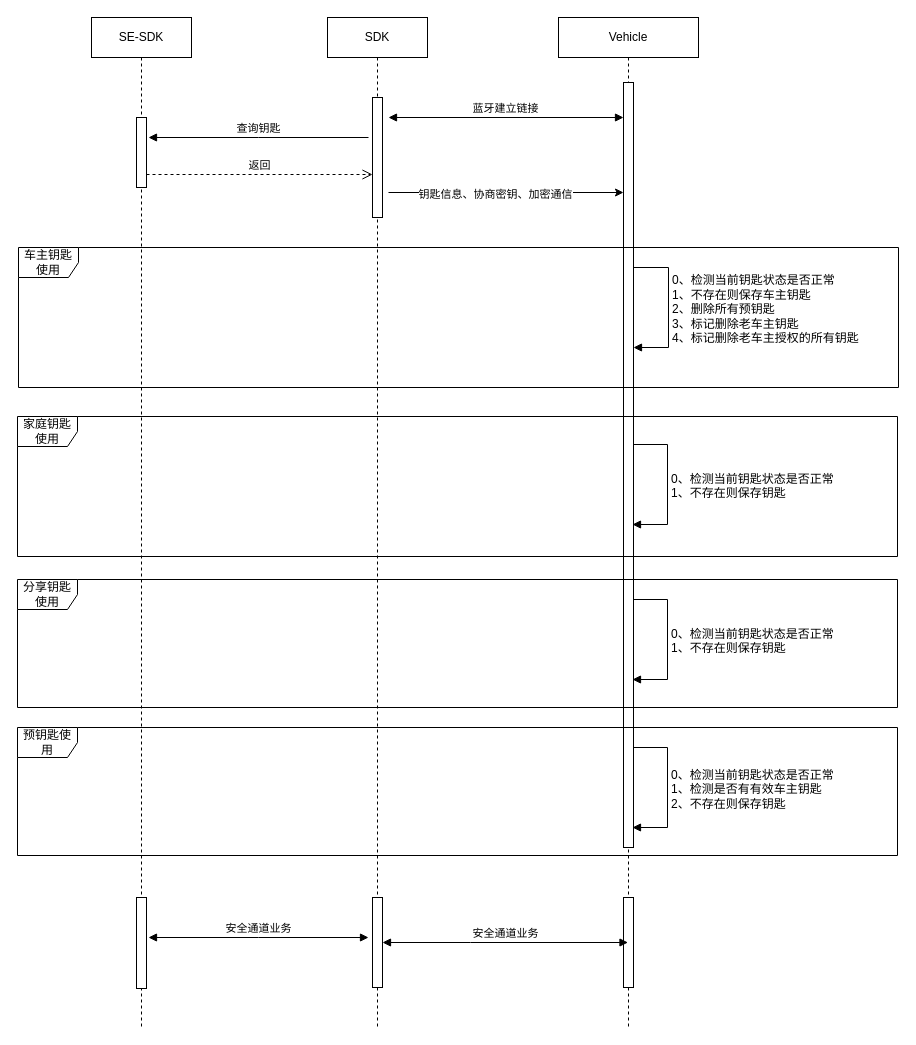
Above: 钥匙使用.drawio in jianguocong/chart (draw.io), before the change. Source tidied: cells renumbered, new cells numbered last; positions are measured from the earlier drawing's top-left corner, leaving out a move shared by most shapes. Both pictures are drawn from the tidied source at 100%, with x=0, y=0 at pixel (17, 17).
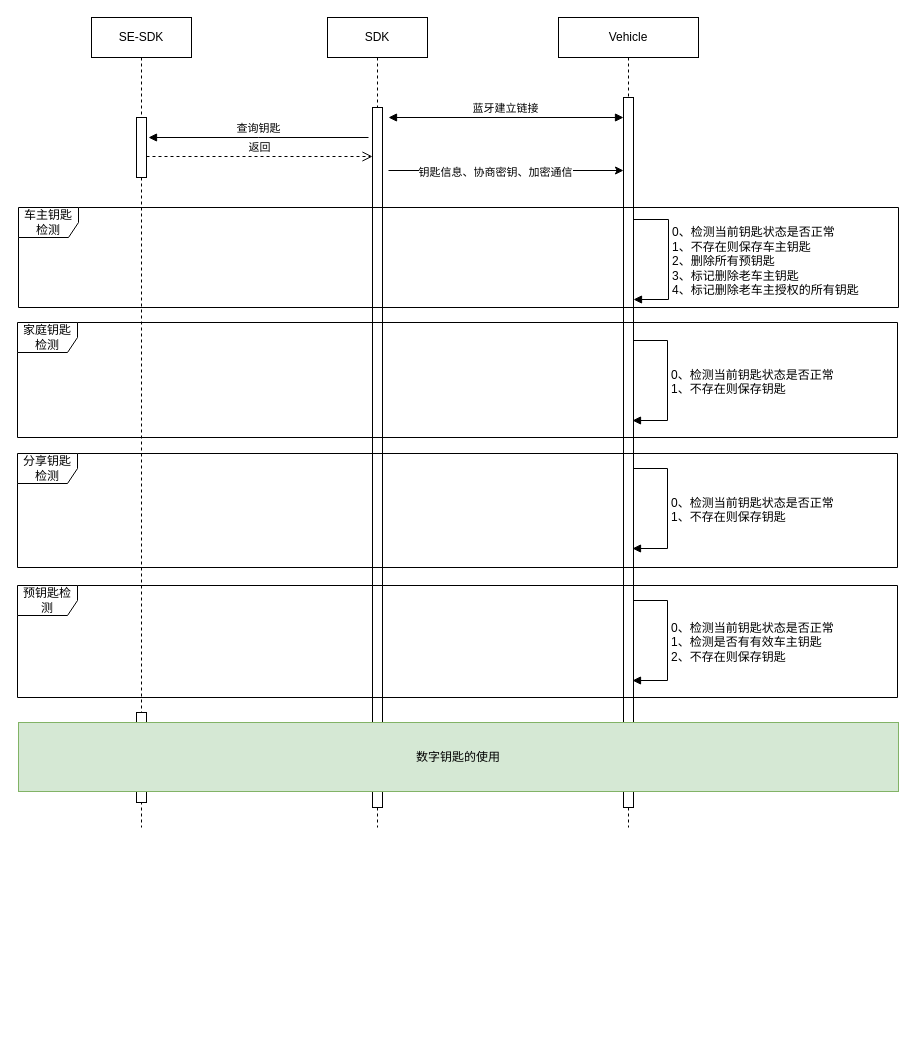
The same page after the edit.

Commit message (it also covers changes not shown here):
更新钥匙使用.drawio

The edit, as a diff of the source:
```diff
@@
     <mxCell id="2" value="SE-SDK" style="shape=umlLifeline;perimeter=lifelinePerimeter;whiteSpace=wrap;html=1;newEdgeStyle={&quot;edgeStyle&quot;:&quot;elbowEdgeStyle&quot;,&quot;elbow&quot;:&quot;vertical&quot;,&quot;curved&quot;:0,&quot;rounded&quot;:0};" parent="1" vertex="1">
-      <mxGeometry x="74" width="100" height="1010" as="geometry" />
+      <mxGeometry x="74" width="100" height="810" as="geometry" />
     </mxCell>
     <mxCell id="3" style="html=1;perimeter=orthogonalPerimeter;targetShapes=umlLifeline;newEdgeStyle={&quot;edgeStyle&quot;:&quot;elbowEdgeStyle&quot;,&quot;elbow&quot;:&quot;vertical&quot;,&quot;curved&quot;:0,&quot;rounded&quot;:0};" parent="2" vertex="1">
-      <mxGeometry x="45" y="100" width="10" height="70" as="geometry" />
+      <mxGeometry x="45" y="100" width="10" height="60" as="geometry" />
     </mxCell>
     <mxCell id="4" style="html=1;perimeter=orthogonalPerimeter;targetShapes=umlLifeline;newEdgeStyle={&quot;edgeStyle&quot;:&quot;elbowEdgeStyle&quot;,&quot;elbow&quot;:&quot;vertical&quot;,&quot;curved&quot;:0,&quot;rounded&quot;:0};" parent="2" vertex="1">
-      <mxGeometry x="45" y="880" width="10" height="91" as="geometry" />
+      <mxGeometry x="45" y="695" width="10" height="90" as="geometry" />
     </mxCell>
     <mxCell id="5" value="SDK" style="shape=umlLifeline;perimeter=lifelinePerimeter;whiteSpace=wrap;html=1;newEdgeStyle={&quot;edgeStyle&quot;:&quot;elbowEdgeStyle&quot;,&quot;elbow&quot;:&quot;vertical&quot;,&quot;curved&quot;:0,&quot;rounded&quot;:0};" parent="1" vertex="1">
-      <mxGeometry x="310" width="100" height="1010" as="geometry" />
+      <mxGeometry x="310" width="100" height="810" as="geometry" />
     </mxCell>
     <mxCell id="6" style="html=1;perimeter=orthogonalPerimeter;targetShapes=umlLifeline;newEdgeStyle={&quot;edgeStyle&quot;:&quot;elbowEdgeStyle&quot;,&quot;elbow&quot;:&quot;vertical&quot;,&quot;curved&quot;:0,&quot;rounded&quot;:0};" parent="5" vertex="1">
-      <mxGeometry x="45" y="80" width="10" height="120" as="geometry" />
+      <mxGeometry x="45" y="90" width="10" height="700" as="geometry" />
     </mxCell>
-    <mxCell id="7" style="html=1;points=[];perimeter=orthogonalPerimeter;outlineConnect=0;targetShapes=umlLifeline;portConstraint=eastwest;newEdgeStyle={&quot;edgeStyle&quot;:&quot;elbowEdgeStyle&quot;,&quot;elbow&quot;:&quot;vertical&quot;,&quot;curved&quot;:0,&quot;rounded&quot;:0};" parent="5" vertex="1">
-      <mxGeometry x="45" y="880" width="10" height="90" as="geometry" />
-    </mxCell>
@@
     <mxCell id="9" value="Vehicle" style="shape=umlLifeline;perimeter=lifelinePerimeter;whiteSpace=wrap;html=1;outlineConnect=0;portConstraint=eastwest;newEdgeStyle={&quot;edgeStyle&quot;:&quot;elbowEdgeStyle&quot;,&quot;elbow&quot;:&quot;vertical&quot;,&quot;curved&quot;:0,&quot;rounded&quot;:0};" parent="1" vertex="1">
-      <mxGeometry x="541" width="140" height="1010" as="geometry" />
+      <mxGeometry x="541" width="140" height="810" as="geometry" />
     </mxCell>
-    <mxCell id="10" style="html=1;perimeter=orthogonalPerimeter;targetShapes=umlLifeline;newEdgeStyle={&quot;edgeStyle&quot;:&quot;elbowEdgeStyle&quot;,&quot;elbow&quot;:&quot;vertical&quot;,&quot;curved&quot;:0,&quot;rounded&quot;:0};" parent="9" vertex="1">
-      <mxGeometry x="65" y="880" width="10" height="90" as="geometry" />
-    </mxCell>
     <mxCell id="11" style="endArrow=classic;html=1;rounded=0;" parent="1" edge="1">
       <mxGeometry relative="1" as="geometry">
-        <mxPoint x="371" y="175" as="sourcePoint" />
-        <mxPoint x="606" y="175" as="targetPoint" />
+        <mxPoint x="371" y="153" as="sourcePoint" />
+        <mxPoint x="606" y="153" as="targetPoint" />
       </mxGeometry>
     </mxCell>
@@
-    <mxCell id="13" value="&lt;div&gt;0、检测当前钥匙状态是否正常&lt;/div&gt;&lt;div&gt;1、不存在则保存车主钥匙&lt;/div&gt;2、删除所有预钥匙&lt;div&gt;3、标记删除老车主钥匙&lt;/div&gt;&lt;div&gt;4、标记删除老车主授权的所有钥匙&lt;br&gt;&lt;div&gt;&lt;br&gt;&lt;/div&gt;&lt;/div&gt;" style="html=1;align=left;spacingLeft=2;endArrow=block;rounded=0;edgeStyle=orthogonalEdgeStyle;curved=0;rounded=0;fontFamily=Helvetica;fontSize=12;fontColor=default;" parent="1" edge="1" source="15" target="15">
+    <mxCell id="13" value="&lt;div&gt;0、检测当前钥匙状态是否正常&lt;/div&gt;&lt;div&gt;1、不存在则保存车主钥匙&lt;/div&gt;2、删除所有预钥匙&lt;div&gt;3、标记删除老车主钥匙&lt;/div&gt;&lt;div&gt;4、标记删除老车主授权的所有钥匙&lt;br&gt;&lt;div&gt;&lt;br&gt;&lt;/div&gt;&lt;/div&gt;" style="html=1;align=left;spacingLeft=2;endArrow=block;rounded=0;edgeStyle=orthogonalEdgeStyle;curved=0;rounded=0;fontFamily=Helvetica;fontSize=12;fontColor=default;" parent="1" edge="1">
       <mxGeometry x="0.12" relative="1" as="geometry">
+        <mxPoint x="616" y="202" as="sourcePoint" />
+        <mxPoint x="616" y="282" as="targetPoint" />
         <Array as="points">
-          <mxPoint x="651" y="250" />
-          <mxPoint x="651" y="330" />
+          <mxPoint x="651" y="202" />
+          <mxPoint x="651" y="282" />
         </Array>
       </mxGeometry>
     </mxCell>
     <mxCell id="14" value="返回" style="html=1;verticalAlign=bottom;endArrow=open;dashed=1;endSize=8;edgeStyle=elbowEdgeStyle;elbow=vertical;curved=0;rounded=0;" parent="1" edge="1">
       <mxGeometry relative="1" as="geometry">
-        <mxPoint x="129" y="157" as="sourcePoint" />
-        <mxPoint x="355" y="157" as="targetPoint" />
+        <mxPoint x="129" y="139" as="sourcePoint" />
+        <mxPoint x="355" y="139" as="targetPoint" />
       </mxGeometry>
     </mxCell>
     <mxCell id="15" style="html=1;points=[];perimeter=orthogonalPerimeter;outlineConnect=0;targetShapes=umlLifeline;portConstraint=eastwest;newEdgeStyle={&quot;edgeStyle&quot;:&quot;elbowEdgeStyle&quot;,&quot;elbow&quot;:&quot;vertical&quot;,&quot;curved&quot;:0,&quot;rounded&quot;:0};" parent="1" vertex="1">
-      <mxGeometry x="606" y="65" width="10" height="765" as="geometry" />
+      <mxGeometry x="606" y="80" width="10" height="710" as="geometry" />
     </mxCell>
@@
-    <mxCell id="17" value="车主钥匙使用" style="shape=umlFrame;whiteSpace=wrap;html=1;sketch=0;strokeColor=default;align=center;verticalAlign=middle;fontFamily=Helvetica;fontSize=12;fontColor=default;fillColor=default;" parent="1" vertex="1">
-      <mxGeometry x="1" y="230" width="880" height="140" as="geometry" />
+    <mxCell id="17" value="车主钥匙检测" style="shape=umlFrame;whiteSpace=wrap;html=1;sketch=0;strokeColor=default;align=center;verticalAlign=middle;fontFamily=Helvetica;fontSize=12;fontColor=default;fillColor=default;" parent="1" vertex="1">
+      <mxGeometry x="1" y="190" width="880" height="100" as="geometry" />
     </mxCell>
-    <mxCell id="18" value="&lt;div&gt;0、检测当前钥匙状态是否正常&lt;/div&gt;&lt;div&gt;1、不存在则保存钥匙&lt;/div&gt;&lt;div&gt;&lt;div&gt;&lt;br&gt;&lt;/div&gt;&lt;/div&gt;" style="html=1;align=left;spacingLeft=2;endArrow=block;rounded=0;edgeStyle=orthogonalEdgeStyle;curved=0;rounded=0;fontFamily=Helvetica;fontSize=12;fontColor=default;" parent="1" edge="1" source="15">
+    <mxCell id="18" value="&lt;div&gt;0、检测当前钥匙状态是否正常&lt;/div&gt;&lt;div&gt;1、不存在则保存钥匙&lt;/div&gt;&lt;div&gt;&lt;div&gt;&lt;br&gt;&lt;/div&gt;&lt;/div&gt;" style="html=1;align=left;spacingLeft=2;endArrow=block;rounded=0;edgeStyle=orthogonalEdgeStyle;curved=0;rounded=0;fontFamily=Helvetica;fontSize=12;fontColor=default;" parent="1" edge="1">
       <mxGeometry x="0.12" relative="1" as="geometry">
-        <mxPoint x="615" y="507" as="targetPoint" />
+        <mxPoint x="616" y="323" as="sourcePoint" />
+        <mxPoint x="615" y="403" as="targetPoint" />
         <Array as="points">
-          <mxPoint x="650" y="427" />
-          <mxPoint x="650" y="507" />
+          <mxPoint x="650" y="323" />
+          <mxPoint x="650" y="403" />
         </Array>
       </mxGeometry>
     </mxCell>
-    <mxCell id="19" value="家庭钥匙使用" style="shape=umlFrame;whiteSpace=wrap;html=1;sketch=0;strokeColor=default;align=center;verticalAlign=middle;fontFamily=Helvetica;fontSize=12;fontColor=default;fillColor=default;" parent="1" vertex="1">
-      <mxGeometry y="399" width="880" height="140" as="geometry" />
+    <mxCell id="19" value="家庭钥匙检测" style="shape=umlFrame;whiteSpace=wrap;html=1;sketch=0;strokeColor=default;align=center;verticalAlign=middle;fontFamily=Helvetica;fontSize=12;fontColor=default;fillColor=default;" parent="1" vertex="1">
+      <mxGeometry y="305" width="880" height="115" as="geometry" />
     </mxCell>
     <mxCell id="20" value="&lt;div&gt;0、检测当前钥匙状态是否正常&lt;/div&gt;&lt;div&gt;1、不存在则保存钥匙&lt;/div&gt;&lt;div&gt;&lt;div&gt;&lt;br&gt;&lt;/div&gt;&lt;/div&gt;" style="html=1;align=left;spacingLeft=2;endArrow=block;rounded=0;edgeStyle=orthogonalEdgeStyle;curved=0;rounded=0;fontFamily=Helvetica;fontSize=12;fontColor=default;" parent="1" edge="1">
       <mxGeometry x="0.12" relative="1" as="geometry">
-        <mxPoint x="616" y="582" as="sourcePoint" />
-        <mxPoint x="615" y="662" as="targetPoint" />
+        <mxPoint x="616" y="451" as="sourcePoint" />
+        <mxPoint x="615" y="531" as="targetPoint" />
         <Array as="points">
-          <mxPoint x="650" y="582" />
-          <mxPoint x="650" y="662" />
+          <mxPoint x="650" y="451" />
+          <mxPoint x="650" y="531" />
         </Array>
       </mxGeometry>
     </mxCell>
-    <mxCell id="21" value="分享钥匙使用" style="shape=umlFrame;whiteSpace=wrap;html=1;sketch=0;strokeColor=default;align=center;verticalAlign=middle;fontFamily=Helvetica;fontSize=12;fontColor=default;fillColor=default;" parent="1" vertex="1">
-      <mxGeometry y="562" width="880" height="128" as="geometry" />
+    <mxCell id="21" value="分享钥匙检测" style="shape=umlFrame;whiteSpace=wrap;html=1;sketch=0;strokeColor=default;align=center;verticalAlign=middle;fontFamily=Helvetica;fontSize=12;fontColor=default;fillColor=default;" parent="1" vertex="1">
+      <mxGeometry y="436" width="880" height="114" as="geometry" />
     </mxCell>
     <mxCell id="22" value="&lt;div&gt;0、检测当前钥匙状态是否正常&lt;/div&gt;&lt;div&gt;1、检测是否有有效车主钥匙&lt;/div&gt;&lt;div&gt;2、不存在则保存钥匙&lt;/div&gt;&lt;div&gt;&lt;div&gt;&lt;br&gt;&lt;/div&gt;&lt;/div&gt;" style="html=1;align=left;spacingLeft=2;endArrow=block;rounded=0;edgeStyle=orthogonalEdgeStyle;curved=0;rounded=0;fontFamily=Helvetica;fontSize=12;fontColor=default;" parent="1" edge="1">
       <mxGeometry x="0.12" relative="1" as="geometry">
-        <mxPoint x="616" y="730" as="sourcePoint" />
-        <mxPoint x="615" y="810" as="targetPoint" />
+        <mxPoint x="616" y="583" as="sourcePoint" />
+        <mxPoint x="615" y="663" as="targetPoint" />
         <Array as="points">
-          <mxPoint x="650" y="730" />
-          <mxPoint x="650" y="810" />
+          <mxPoint x="650" y="583" />
+          <mxPoint x="650" y="663" />
         </Array>
       </mxGeometry>
     </mxCell>
-    <mxCell id="23" value="预钥匙使用" style="shape=umlFrame;whiteSpace=wrap;html=1;sketch=0;strokeColor=default;align=center;verticalAlign=middle;fontFamily=Helvetica;fontSize=12;fontColor=default;fillColor=default;" parent="1" vertex="1">
-      <mxGeometry y="710" width="880" height="128" as="geometry" />
+    <mxCell id="23" value="预钥匙检测" style="shape=umlFrame;whiteSpace=wrap;html=1;sketch=0;strokeColor=default;align=center;verticalAlign=middle;fontFamily=Helvetica;fontSize=12;fontColor=default;fillColor=default;" parent="1" vertex="1">
+      <mxGeometry y="568" width="880" height="112" as="geometry" />
     </mxCell>
-    <mxCell id="24" value="安全通道业务" style="html=1;verticalAlign=bottom;endArrow=block;edgeStyle=elbowEdgeStyle;elbow=vertical;curved=0;rounded=0;startArrow=block;startFill=1;" parent="1" edge="1">
-      <mxGeometry relative="1" as="geometry">
-        <mxPoint x="351" y="920" as="sourcePoint" />
-        <mxPoint x="131" y="920" as="targetPoint" />
-      </mxGeometry>
-    </mxCell>
-    <mxCell id="25" value="安全通道业务" style="html=1;verticalAlign=bottom;endArrow=block;edgeStyle=elbowEdgeStyle;elbow=vertical;curved=0;rounded=0;startArrow=block;startFill=1;" parent="1" edge="1" source="9" target="7">
-      <mxGeometry relative="1" as="geometry" />
-    </mxCell>
+    <mxCell id="26" value="数字钥匙的使用" style="html=1;whiteSpace=wrap;fillColor=#d5e8d4;strokeColor=#82b366;" parent="1" vertex="1">
+      <mxGeometry x="1" y="705" width="880" height="69" as="geometry" />
+    </mxCell>
```
